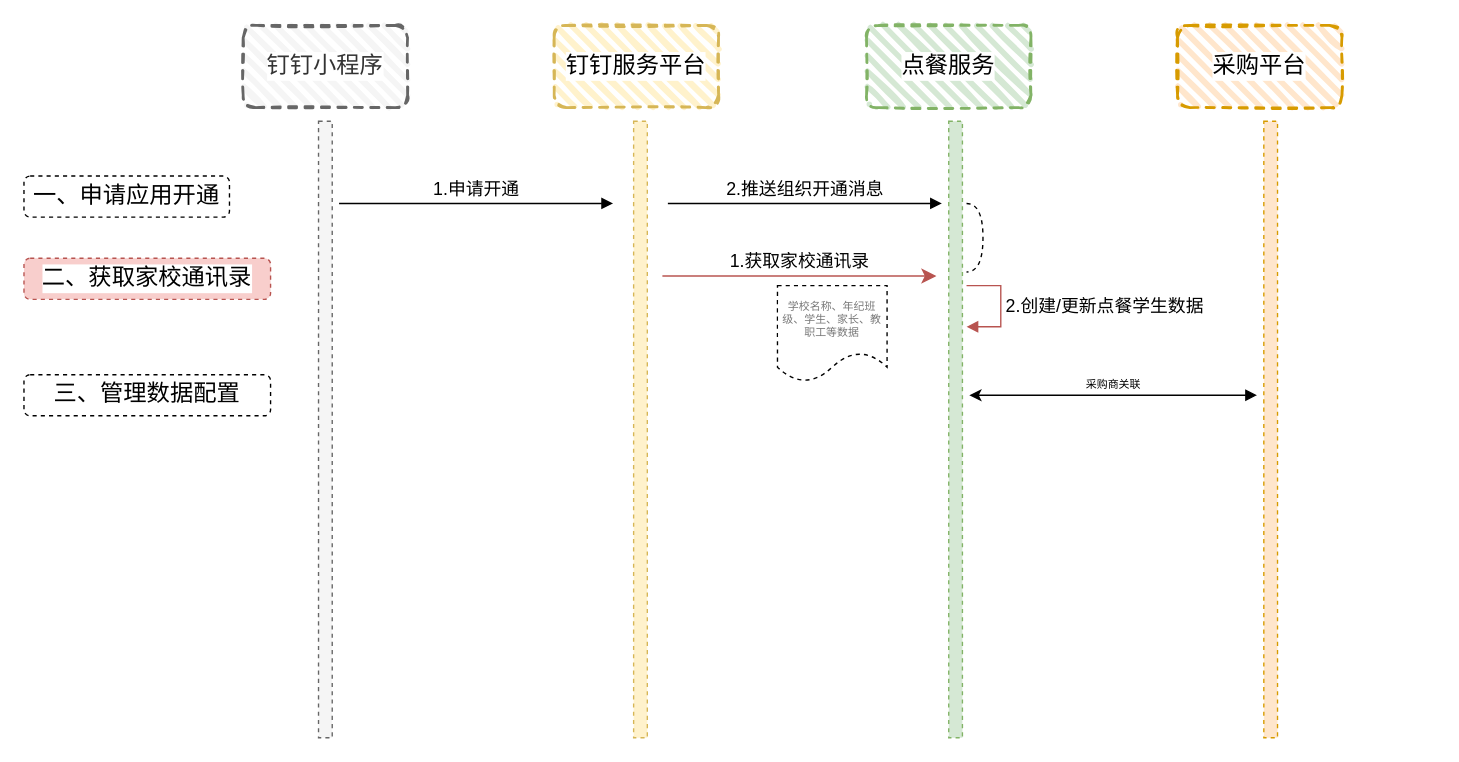
Before: Untitled Diagram.drawio in mylovage/GolemQ, a draw.io diagram. Source tidied: cells renumbered, new cells numbered last; positions are measured from the earlier drawing's top-left corner, leaving out a move shared by most shapes. Both pictures are drawn from the tidied source at 137%, with x=0, y=0 at pixel (23, 25).
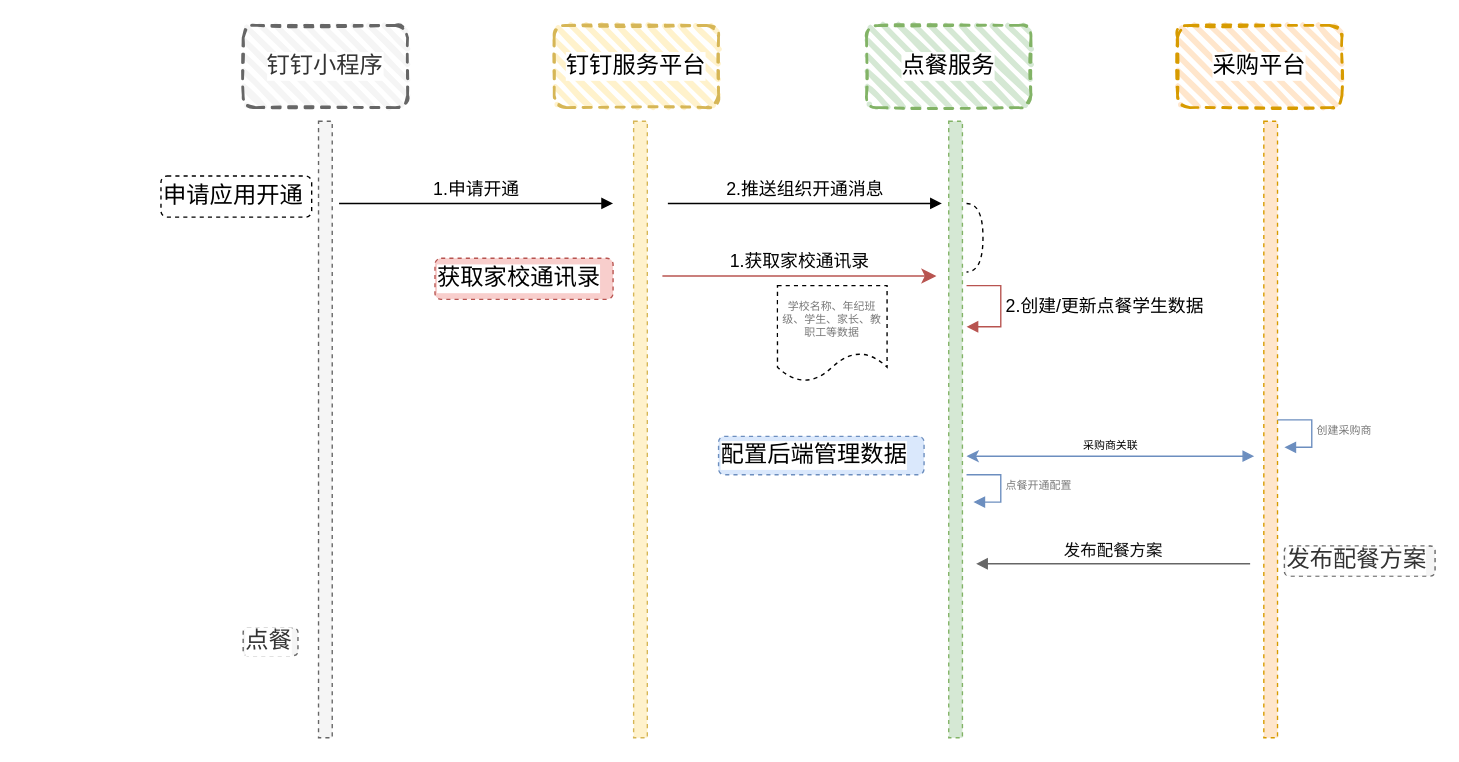
After the change.

Diff of the diagram source:
```diff
@@
+    <mxCell id="20" value="发布配餐方案" style="rounded=1;whiteSpace=wrap;html=1;dashed=1;labelBackgroundColor=#ffffff;fontSize=17;fillColor=#f5f5f5;strokeColor=#666666;align=left;fontColor=#333333;" parent="1" vertex="1">
+      <mxGeometry x="920" y="380" width="110" height="22" as="geometry" />
+    </mxCell>
+    <mxCell id="10" value="申请应用开通" style="rounded=1;whiteSpace=wrap;html=1;dashed=1;labelBackgroundColor=#ffffff;fontSize=17;align=left;" parent="1" vertex="1">
+      <mxGeometry x="100" y="110" width="110" height="30" as="geometry" />
+    </mxCell>
+    <mxCell id="13" value="获取家校通讯录" style="rounded=1;whiteSpace=wrap;html=1;dashed=1;labelBackgroundColor=#ffffff;fontSize=17;fillColor=#f8cecc;strokeColor=#B85450;align=left;" parent="1" vertex="1">
+      <mxGeometry x="300" y="170" width="130" height="30" as="geometry" />
+    </mxCell>
+    <mxCell id="18" value="配置后端管理数据" style="rounded=1;whiteSpace=wrap;html=1;dashed=1;labelBackgroundColor=#ffffff;fontSize=17;fillColor=#dae8fc;strokeColor=#6C8EBF;align=left;" parent="1" vertex="1">
+      <mxGeometry x="507" y="300" width="150" height="28" as="geometry" />
+    </mxCell>
@@
-    <mxCell id="10" value="一、申请应用开通" style="rounded=1;whiteSpace=wrap;html=1;dashed=1;labelBackgroundColor=#ffffff;fontSize=17;" parent="1" vertex="1">
-      <mxGeometry y="110" width="150" height="30" as="geometry" />
-    </mxCell>
@@
-    <mxCell id="13" value="二、获取家校通讯录" style="rounded=1;whiteSpace=wrap;html=1;dashed=1;labelBackgroundColor=#ffffff;fontSize=17;fillColor=#f8cecc;strokeColor=#B85450;" parent="1" vertex="1">
-      <mxGeometry y="170" width="180" height="30" as="geometry" />
-    </mxCell>
@@
-    <mxCell id="18" value="三、管理数据配置" style="rounded=1;whiteSpace=wrap;html=1;dashed=1;labelBackgroundColor=#ffffff;fontSize=17;" parent="1" vertex="1">
-      <mxGeometry y="255" width="180" height="30" as="geometry" />
-    </mxCell>
-    <mxCell id="19" value="&lt;font color=&quot;#000000&quot;&gt;采购商关联&lt;/font&gt;" style="html=1;verticalAlign=bottom;endArrow=block;fontSize=8;fontColor=#787878;startArrow=classic;startFill=1;" parent="1" edge="1">
+    <mxCell id="19" value="&lt;font color=&quot;#000000&quot;&gt;采购商关联&lt;/font&gt;" style="html=1;verticalAlign=bottom;endArrow=block;fontSize=8;fontColor=#787878;startArrow=classic;startFill=1;fillColor=#dae8fc;strokeColor=#6C8EBF;" parent="1" edge="1">
       <mxGeometry relative="1" as="geometry">
-        <mxPoint x="690" y="270" as="sourcePoint" />
-        <mxPoint x="900" y="270" as="targetPoint" />
+        <mxPoint x="688" y="314.5" as="sourcePoint" />
+        <mxPoint x="898" y="314.5" as="targetPoint" />
       </mxGeometry>
     </mxCell>
+    <mxCell id="21" value="创建采购商" style="edgeStyle=orthogonalEdgeStyle;html=1;align=left;spacingLeft=2;endArrow=block;rounded=0;entryX=1;entryY=0;strokeColor=#6C8EBF;fontSize=8;fontColor=#787878;" parent="1" edge="1">
+      <mxGeometry relative="1" as="geometry">
+        <mxPoint x="915" y="288" as="sourcePoint" />
+        <mxPoint x="920" y="308" as="targetPoint" />
+        <Array as="points">
+          <mxPoint x="940" y="288" />
+        </Array>
+      </mxGeometry>
+    </mxCell>
+    <mxCell id="22" value="点餐开通配置" style="edgeStyle=orthogonalEdgeStyle;html=1;align=left;spacingLeft=2;endArrow=block;rounded=0;entryX=1;entryY=0;strokeColor=#6C8EBF;fontSize=8;fontColor=#787878;" parent="1" edge="1">
+      <mxGeometry relative="1" as="geometry">
+        <mxPoint x="688" y="328" as="sourcePoint" />
+        <mxPoint x="693" y="348" as="targetPoint" />
+        <Array as="points">
+          <mxPoint x="713" y="328" />
+        </Array>
+      </mxGeometry>
+    </mxCell>
+    <mxCell id="23" value="发布配餐方案" style="html=1;verticalAlign=bottom;endArrow=block;strokeColor=#666666;fontSize=12;fontColor=#0D0D0D;fillColor=#f5f5f5;" parent="1" edge="1">
+      <mxGeometry relative="1" as="geometry">
+        <mxPoint x="895" y="393" as="sourcePoint" />
+        <mxPoint x="695" y="393" as="targetPoint" />
+      </mxGeometry>
+    </mxCell>
+    <mxCell id="24" value="点餐" style="rounded=1;whiteSpace=wrap;html=1;dashed=1;labelBackgroundColor=#ffffff;fontSize=17;fillColor=#f5f5f5;strokeColor=#666666;align=left;fontColor=#333333;" parent="1" vertex="1">
+      <mxGeometry x="160" y="440" width="40" height="20" as="geometry" />
+    </mxCell>
```
